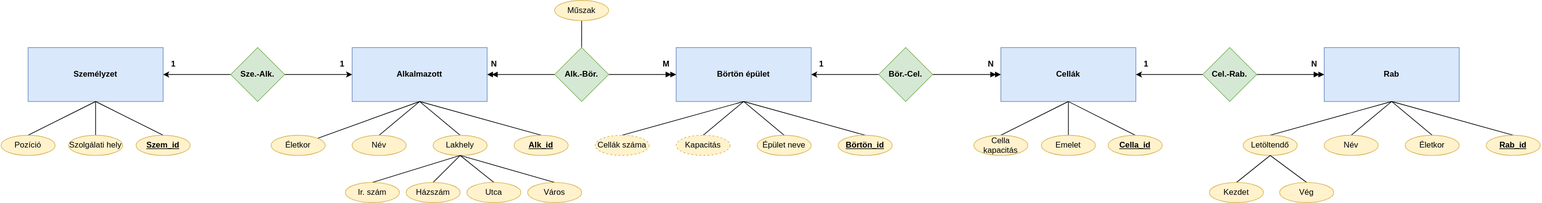
MJozsef2000/Y86I0I_XMLGyak keeps this draw.io diagram as XMLTaskY86I0I/ERY86I0I.svg. Above is the earlier version. Source tidied: cells renumbered, new cells last; positions are measured from the earlier drawing's top-left corner, leaving out a move shared by most shapes.
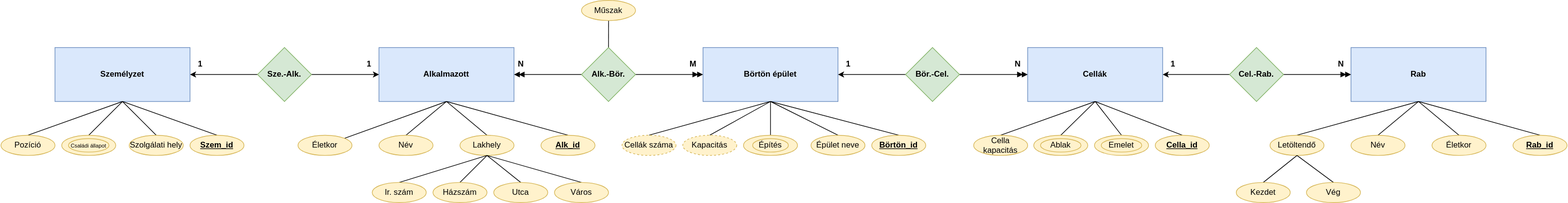
Above is the later version.

The edit, as a diff of the source:
```diff
@@ -107,13 +107,13 @@
       <mxGeometry relative="1" as="geometry" />
     </mxCell>
     <mxCell id="34" value="Kapacitás" style="ellipse;whiteSpace=wrap;html=1;fillColor=#fff2cc;strokeColor=#d6b656;dashed=1;" parent="1" vertex="1">
-      <mxGeometry x="1000" y="200" width="80" height="30" as="geometry" />
+      <mxGeometry x="970" y="200" width="80" height="30" as="geometry" />
     </mxCell>
     <mxCell id="35" style="edgeStyle=none;rounded=0;jettySize=auto;html=1;exitX=0.5;exitY=0;exitDx=0;exitDy=0;entryX=0.5;entryY=1;entryDx=0;entryDy=0;strokeColor=default;endArrow=none;endFill=0;" parent="1" edge="1" source="36" target="19">
       <mxGeometry relative="1" as="geometry" />
     </mxCell>
     <mxCell id="36" value="Épület neve" style="ellipse;whiteSpace=wrap;html=1;fillColor=#fff2cc;strokeColor=#d6b656;" parent="1" vertex="1">
-      <mxGeometry x="1120" y="200" width="80" height="30" as="geometry" />
+      <mxGeometry x="1160" y="200" width="80" height="30" as="geometry" />
     </mxCell>
     <mxCell id="37" style="edgeStyle=none;rounded=0;jettySize=auto;html=1;exitX=0.5;exitY=0;exitDx=0;exitDy=0;entryX=0.5;entryY=1;entryDx=0;entryDy=0;strokeColor=default;endArrow=none;endFill=0;" parent="1" edge="1" source="38" target="19">
       <mxGeometry relative="1" as="geometry" />
@@ -125,19 +125,19 @@
       <mxGeometry relative="1" as="geometry" />
     </mxCell>
     <mxCell id="40" value="&lt;b&gt;Börtön_id&lt;/b&gt;" style="ellipse;whiteSpace=wrap;html=1;fillColor=#fff2cc;strokeColor=#d6b656;fontStyle=4;" parent="1" vertex="1">
-      <mxGeometry x="1240" y="200" width="80" height="30" as="geometry" />
+      <mxGeometry x="1250" y="200" width="80" height="30" as="geometry" />
     </mxCell>
     <mxCell id="41" style="edgeStyle=none;rounded=0;jettySize=auto;html=1;exitX=0.5;exitY=0;exitDx=0;exitDy=0;entryX=0.5;entryY=1;entryDx=0;entryDy=0;strokeColor=default;endArrow=none;endFill=0;" parent="1" edge="1" source="42" target="27">
       <mxGeometry relative="1" as="geometry" />
     </mxCell>
     <mxCell id="42" value="Cella kapacitás" style="ellipse;whiteSpace=wrap;html=1;fillColor=#fff2cc;strokeColor=#d6b656;" parent="1" vertex="1">
-      <mxGeometry x="1441" y="200" width="80" height="30" as="geometry" />
+      <mxGeometry x="1401" y="200" width="80" height="30" as="geometry" />
     </mxCell>
     <mxCell id="43" style="edgeStyle=none;rounded=0;jettySize=auto;html=1;exitX=0.5;exitY=0;exitDx=0;exitDy=0;entryX=0.5;entryY=1;entryDx=0;entryDy=0;strokeColor=default;endArrow=none;endFill=0;" parent="1" edge="1" source="44" target="27">
       <mxGeometry relative="1" as="geometry" />
     </mxCell>
     <mxCell id="44" value="&lt;b&gt;Cella_id&lt;/b&gt;" style="ellipse;whiteSpace=wrap;html=1;fillColor=#fff2cc;strokeColor=#d6b656;fontStyle=4;" parent="1" vertex="1">
-      <mxGeometry x="1640" y="200" width="80" height="30" as="geometry" />
+      <mxGeometry x="1670" y="200" width="80" height="30" as="geometry" />
     </mxCell>
     <mxCell id="45" value="&lt;b&gt;Rab&lt;/b&gt;" style="rounded=0;whiteSpace=wrap;html=1;fillColor=#dae8fc;strokeColor=#6c8ebf;" parent="1" vertex="1">
       <mxGeometry x="1960" y="70" width="200" height="80" as="geometry" />
@@ -221,7 +221,7 @@
       <mxGeometry relative="1" as="geometry" />
     </mxCell>
     <mxCell id="70" value="Pozíció" style="ellipse;whiteSpace=wrap;html=1;fillColor=#fff2cc;strokeColor=#d6b656;" parent="1" vertex="1">
-      <mxGeometry y="200" width="80" height="30" as="geometry" />
+      <mxGeometry x="-40" y="200" width="80" height="30" as="geometry" />
     </mxCell>
     <mxCell id="71" style="edgeStyle=none;rounded=0;jettySize=auto;html=1;exitX=0.5;exitY=0;exitDx=0;exitDy=0;strokeColor=default;endArrow=none;endFill=0;" parent="1" edge="1" source="72">
       <mxGeometry relative="1" as="geometry">
@@ -229,19 +229,49 @@
       </mxGeometry>
     </mxCell>
     <mxCell id="72" value="&lt;b&gt;&lt;u&gt;Szem_id&lt;/u&gt;&lt;/b&gt;" style="ellipse;whiteSpace=wrap;html=1;fillColor=#fff2cc;strokeColor=#d6b656;" parent="1" vertex="1">
-      <mxGeometry x="200" y="200" width="80" height="30" as="geometry" />
+      <mxGeometry x="240" y="200" width="80" height="30" as="geometry" />
     </mxCell>
     <mxCell id="73" value="Emelet" style="ellipse;whiteSpace=wrap;html=1;fillColor=#fff2cc;strokeColor=#d6b656;" parent="1" vertex="1">
-      <mxGeometry x="1541" y="200" width="80" height="30" as="geometry" />
+      <mxGeometry x="1580" y="200" width="80" height="30" as="geometry" />
     </mxCell>
-    <mxCell id="74" style="edgeStyle=none;rounded=0;jettySize=auto;html=1;exitX=0.5;exitY=0;exitDx=0;exitDy=0;strokeColor=default;endArrow=none;endFill=0;" parent="1" edge="1" source="75" target="63">
+    <mxCell id="74" style="edgeStyle=none;rounded=0;jettySize=auto;html=1;exitX=0.5;exitY=0;exitDx=0;exitDy=0;strokeColor=default;endArrow=none;endFill=0;entryX=0.5;entryY=1;entryDx=0;entryDy=0;" parent="1" edge="1" source="75" target="63">
       <mxGeometry relative="1" as="geometry" />
     </mxCell>
     <mxCell id="75" value="Szolgálati hely" style="ellipse;whiteSpace=wrap;html=1;fillColor=#fff2cc;strokeColor=#d6b656;" parent="1" vertex="1">
-      <mxGeometry x="100" y="200" width="80" height="30" as="geometry" />
+      <mxGeometry x="150" y="200" width="80" height="30" as="geometry" />
     </mxCell>
     <mxCell id="76" value="Műszak" style="ellipse;whiteSpace=wrap;html=1;fillColor=#fff2cc;strokeColor=#d6b656;" parent="1" vertex="1">
       <mxGeometry x="820" width="80" height="30" as="geometry" />
     </mxCell>
+    <mxCell id="77" style="rounded=0;jettySize=auto;html=1;exitX=0.5;exitY=0;exitDx=0;exitDy=0;entryX=0.5;entryY=1;entryDx=0;entryDy=0;endArrow=none;endFill=0;" parent="1" edge="1" source="78" target="63">
+      <mxGeometry relative="1" as="geometry" />
+    </mxCell>
+    <mxCell id="78" value="&lt;font style=&quot;font-size: 8px;&quot;&gt;Családi állapot&lt;/font&gt;" style="ellipse;whiteSpace=wrap;html=1;fillColor=#fff2cc;strokeColor=#d6b656;" parent="1" vertex="1">
+      <mxGeometry x="50" y="200" width="80" height="30" as="geometry" />
+    </mxCell>
+    <mxCell id="79" style="ellipse;whiteSpace=wrap;html=1;fillColor=none;strokeColor=#d6b656;" parent="1" vertex="1">
+      <mxGeometry x="60" y="205" width="60" height="20" as="geometry" />
+    </mxCell>
+    <mxCell id="80" style="edgeStyle=none;rounded=0;jettySize=auto;html=1;exitX=0.5;exitY=0;exitDx=0;exitDy=0;entryX=0.5;entryY=1;entryDx=0;entryDy=0;endArrow=none;endFill=0;" parent="1" edge="1" source="81" target="19">
+      <mxGeometry relative="1" as="geometry" />
+    </mxCell>
+    <mxCell id="81" value="Építés" style="ellipse;whiteSpace=wrap;html=1;fillColor=#fff2cc;strokeColor=#d6b656;" parent="1" vertex="1">
+      <mxGeometry x="1060" y="200" width="80" height="30" as="geometry" />
+    </mxCell>
+    <mxCell id="82" style="ellipse;whiteSpace=wrap;html=1;fillColor=none;strokeColor=#d6b656;" parent="1" vertex="1">
+      <mxGeometry x="1073.5" y="205" width="53" height="20" as="geometry" />
+    </mxCell>
+    <mxCell id="83" style="edgeStyle=none;rounded=0;jettySize=auto;html=1;exitX=0.5;exitY=0;exitDx=0;exitDy=0;entryX=0.5;entryY=1;entryDx=0;entryDy=0;endArrow=none;endFill=0;" parent="1" edge="1" source="84" target="27">
+      <mxGeometry relative="1" as="geometry" />
+    </mxCell>
+    <mxCell id="84" value="Ablak" style="ellipse;whiteSpace=wrap;html=1;fillColor=#fff2cc;strokeColor=#d6b656;" parent="1" vertex="1">
+      <mxGeometry x="1490" y="200" width="80" height="30" as="geometry" />
+    </mxCell>
+    <mxCell id="85" style="ellipse;whiteSpace=wrap;html=1;fillColor=none;strokeColor=#d6b656;" parent="1" vertex="1">
+      <mxGeometry x="1590" y="205" width="60" height="20" as="geometry" />
+    </mxCell>
+    <mxCell id="86" style="ellipse;whiteSpace=wrap;html=1;fillColor=none;strokeColor=#d6b656;" parent="1" vertex="1">
+      <mxGeometry x="1500" y="205" width="60" height="20" as="geometry" />
+    </mxCell>
   </root>
 </mxGraphModel>
```
